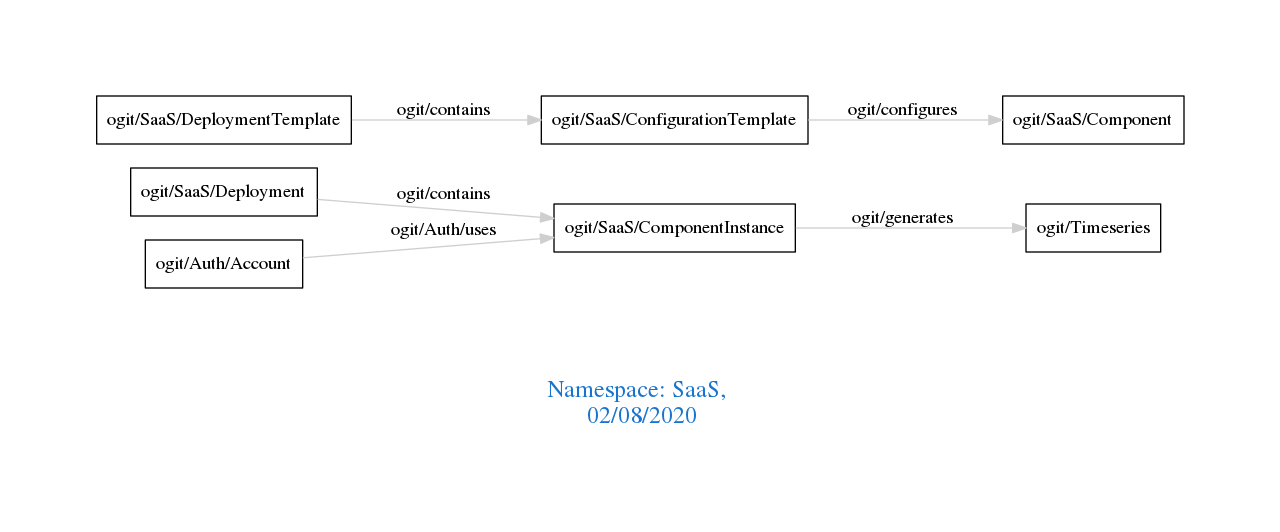
arago/OGIT keeps this Graphviz diagram as downloads/SaaS.png. Above is the earlier version. Its source is kept beside it as downloads/SaaS.dot.
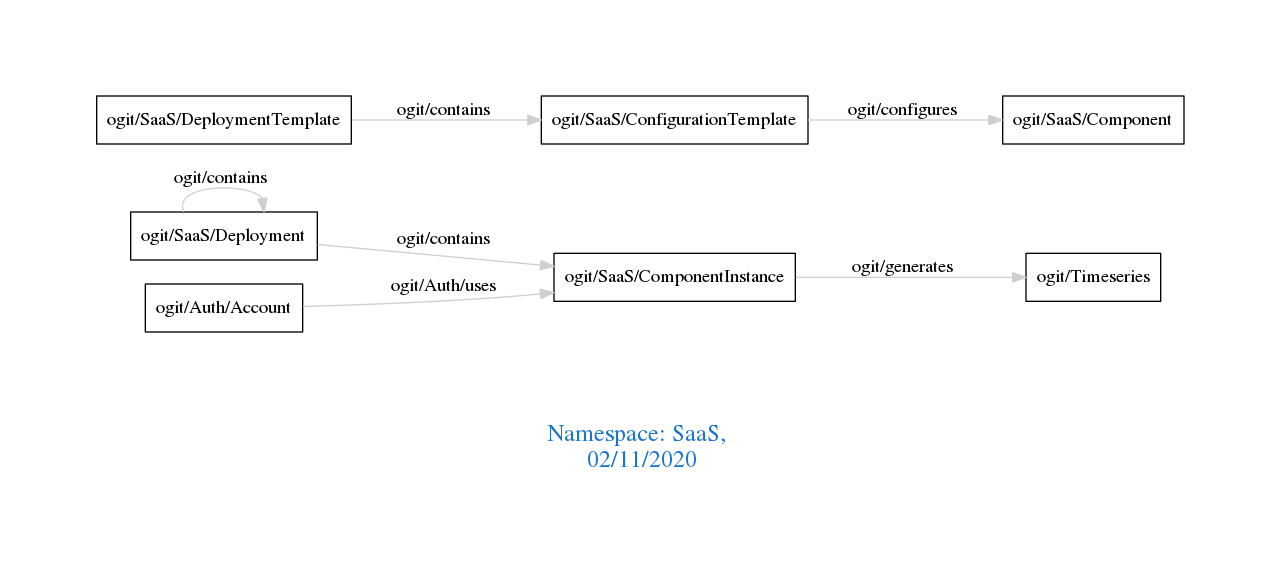
After the commit.

What changed in the source:
```diff
@@ -1,7 +1,7 @@
 digraph OGIT_ontology {
  graph [ rankdir= LR,pad=1
 fontsize = 18,
-fontcolor= dodgerblue3,label = "\n\n\nNamespace: SaaS, \n 02/08/2020"];
+fontcolor= dodgerblue3,label = "\n\n\nNamespace: SaaS, \n 02/11/2020"];
 node[shape=polygon];
 edge [  color="gray81"];
 
@@ -10,4 +10,5 @@
    "ogit/SaaS/ComponentInstance" -> "ogit/Timeseries" [label="   ogit/generates    "];
    "ogit/SaaS/ConfigurationTemplate" -> "ogit/SaaS/Component" [label="   ogit/configures    "];
    "ogit/Auth/Account" -> "ogit/SaaS/ComponentInstance" [label="   ogit/Auth/uses    "];
+   "ogit/SaaS/Deployment" -> "ogit/SaaS/Deployment" [label="   ogit/contains    "];
 }
```
